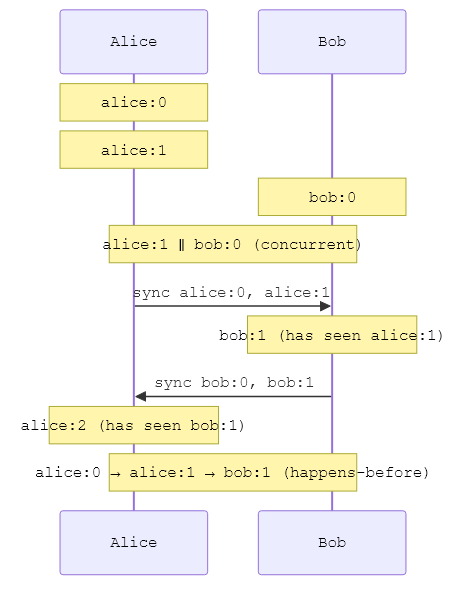
krsion/master-thesis keeps this Mermaid diagram as img/causality.png. Above is the earlier version. Its source is kept beside it as img/causality.mmd.
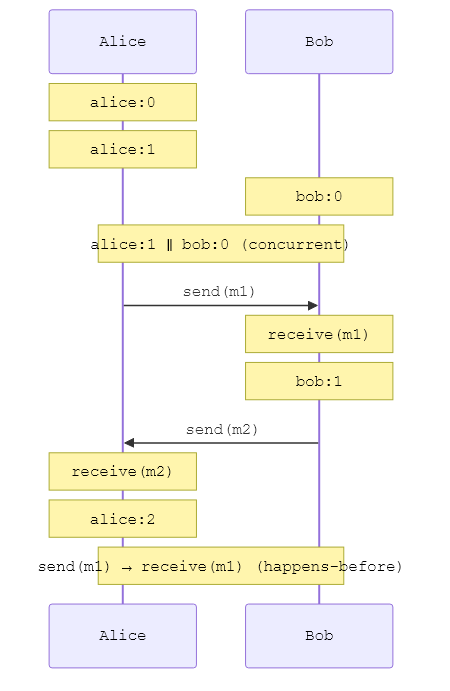
The same diagram one commit later.

Commit message:
Use send(m)/receive(m) notation in causality diagram and caption

Diff of the diagram source:
```diff
@@ -7,8 +7,10 @@
     Note over Alice: alice:1
     Note over Bob: bob:0
     Note over Alice,Bob: alice:1 ∥ bob:0 (concurrent)
-    Alice->>Bob: sync alice:0, alice:1
-    Note over Bob: bob:1 (has seen alice:1)
-    Bob->>Alice: sync bob:0, bob:1
-    Note over Alice: alice:2 (has seen bob:1)
-    Note over Alice,Bob: alice:0 → alice:1 → bob:1 (happens-before)
+    Alice->>Bob: send(m1)
+    Note over Bob: receive(m1)
+    Note over Bob: bob:1
+    Bob->>Alice: send(m2)
+    Note over Alice: receive(m2)
+    Note over Alice: alice:2
+    Note over Alice,Bob: send(m1) → receive(m1) (happens-before)
```
